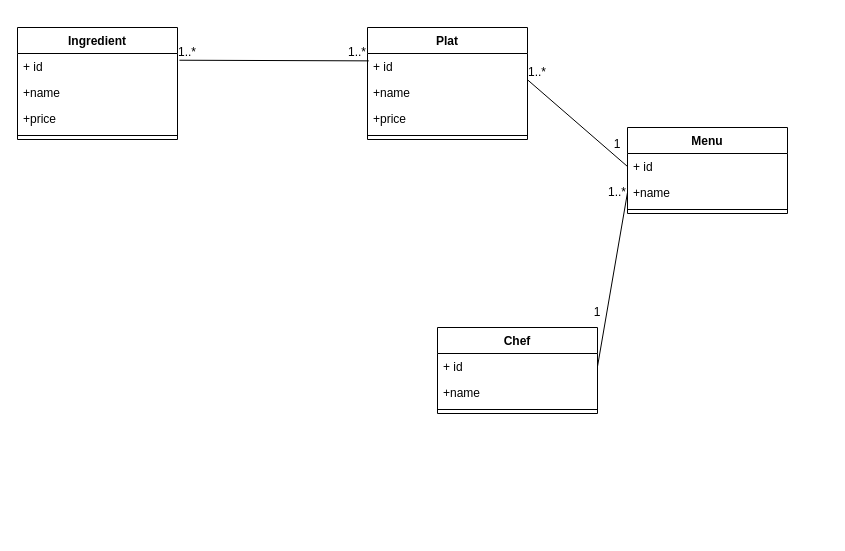
Above: database/uml(class).drawio in Fiharali/Innovations-Gestion-de-contenu (draw.io), before the change. Source tidied: cells renumbered, new cells numbered last; positions are measured from the earlier drawing's top-left corner, leaving out a move shared by most shapes. Both pictures are drawn from the tidied source at 100%, with x=0, y=0 at pixel (17, 27).
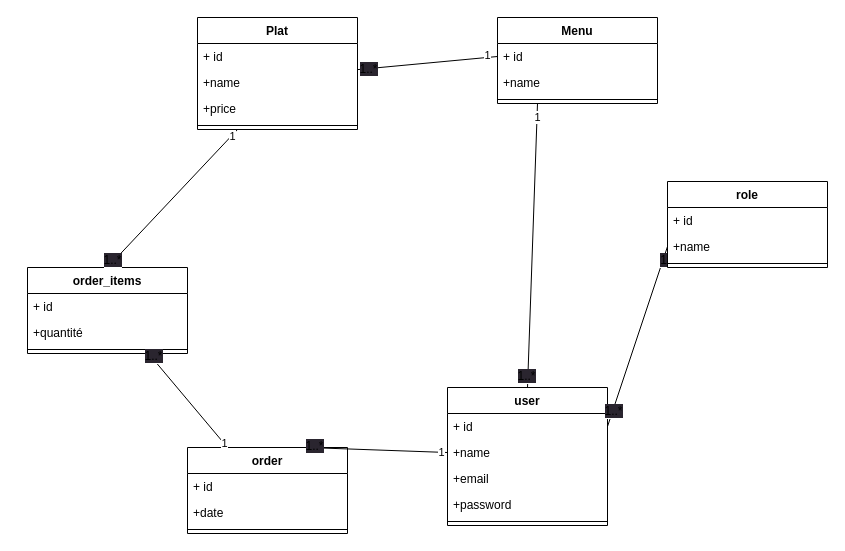
After the change.

The change refers to these unchanged cells:
```xml
<mxCell id="3" value="+ id" style="text;strokeColor=none;fillColor=none;align=left;verticalAlign=top;spacingLeft=4;spacingRight=4;overflow=hidden;points=[[0,0.5],[1,0.5]];portConstraint=eastwest;" parent="2" vertex="1">
  <mxGeometry y="26" width="160" height="26" as="geometry" />
</mxCell>
<mxCell id="9" value="+name" style="text;strokeColor=none;fillColor=none;align=left;verticalAlign=top;spacingLeft=4;spacingRight=4;overflow=hidden;points=[[0,0.5],[1,0.5]];portConstraint=eastwest;" parent="7" vertex="1">
  <mxGeometry y="52" width="160" height="26" as="geometry" />
</mxCell>
<mxCell id="21" style="endArrow=none;html=1;exitX=0;exitY=0.5;exitDx=0;exitDy=0;entryX=0.999;entryY=1.005;entryDx=0;entryDy=0;entryPerimeter=0;" parent="1" edge="1" source="8" target="3">
  <mxGeometry relative="1" as="geometry" />
</mxCell>
```

The edit, as a diff of the source:
```diff
@@
     <mxCell id="2" value="Plat&#10;" style="swimlane;fontStyle=1;align=center;verticalAlign=top;horizontal=1;startSize=26;" parent="1" vertex="1">
-      <mxGeometry x="350" width="160" height="112" as="geometry" />
+      <mxGeometry x="180" y="-10" width="160" height="112" as="geometry" />
     </mxCell>
@@
     <mxCell id="7" value="Menu" style="swimlane;fontStyle=1;align=center;verticalAlign=top;horizontal=1;startSize=26;" parent="1" vertex="1">
-      <mxGeometry x="610" y="100" width="160" height="86" as="geometry" />
+      <mxGeometry x="480" y="-10" width="160" height="86" as="geometry" />
     </mxCell>
@@
-    <mxCell id="11" value="Chef" style="swimlane;fontStyle=1;align=center;verticalAlign=top;horizontal=1;startSize=26;" parent="1" vertex="1">
-      <mxGeometry x="420" y="300" width="160" height="86" as="geometry" />
-    </mxCell>
-    <mxCell id="12" value="+ id" style="text;strokeColor=none;fillColor=none;align=left;verticalAlign=top;spacingLeft=4;spacingRight=4;overflow=hidden;points=[[0,0.5],[1,0.5]];portConstraint=eastwest;" parent="11" vertex="1">
-      <mxGeometry y="26" width="160" height="26" as="geometry" />
-    </mxCell>
-    <mxCell id="13" value="+name" style="text;strokeColor=none;fillColor=none;align=left;verticalAlign=top;spacingLeft=4;spacingRight=4;overflow=hidden;" parent="11" vertex="1">
-      <mxGeometry y="52" width="160" height="26" as="geometry" />
-    </mxCell>
-    <mxCell id="14" style="line;strokeWidth=1;fillColor=none;align=left;verticalAlign=middle;spacingTop=-1;spacingLeft=3;spacingRight=3;labelPosition=right;strokeColor=inherit;" parent="11" vertex="1">
-      <mxGeometry y="78" width="160" height="8" as="geometry" />
-    </mxCell>
-    <mxCell id="15" style="endArrow=none;html=1;exitX=1;exitY=0.5;exitDx=0;exitDy=0;entryX=0;entryY=0.5;entryDx=0;entryDy=0;" parent="1" edge="1" source="12" target="9">
-      <mxGeometry relative="1" as="geometry" />
-    </mxCell>
-    <mxCell id="16" value="Ingredient" style="swimlane;fontStyle=1;align=center;verticalAlign=top;horizontal=1;startSize=26;" parent="1" vertex="1">
-      <mxGeometry width="160" height="112" as="geometry" />
-    </mxCell>
-    <mxCell id="17" value="+ id" style="text;strokeColor=none;fillColor=none;align=left;verticalAlign=top;spacingLeft=4;spacingRight=4;overflow=hidden;points=[[0,0.5],[1,0.5]];portConstraint=eastwest;" parent="16" vertex="1">
-      <mxGeometry y="26" width="160" height="26" as="geometry" />
-    </mxCell>
-    <mxCell id="18" value="+name" style="text;strokeColor=none;fillColor=none;align=left;verticalAlign=top;spacingLeft=4;spacingRight=4;overflow=hidden;" parent="16" vertex="1">
-      <mxGeometry y="52" width="160" height="26" as="geometry" />
-    </mxCell>
-    <mxCell id="19" value="+price" style="text;strokeColor=none;fillColor=none;align=left;verticalAlign=top;spacingLeft=4;spacingRight=4;overflow=hidden;" parent="16" vertex="1">
-      <mxGeometry y="78" width="160" height="26" as="geometry" />
-    </mxCell>
-    <mxCell id="20" style="line;strokeWidth=1;fillColor=none;align=left;verticalAlign=middle;spacingTop=-1;spacingLeft=3;spacingRight=3;labelPosition=right;strokeColor=inherit;" parent="16" vertex="1">
-      <mxGeometry y="104" width="160" height="8" as="geometry" />
-    </mxCell>
@@
-    <mxCell id="22" style="endArrow=none;html=1;exitX=1.012;exitY=0.259;exitDx=0;exitDy=0;entryX=0.008;entryY=0.283;entryDx=0;entryDy=0;entryPerimeter=0;exitPerimeter=0;" parent="1" edge="1" source="17" target="3">
-      <mxGeometry relative="1" as="geometry" />
-    </mxCell>
-    <mxCell id="23" value="1..*" style="text;strokeColor=none;align=center;fillColor=none;html=1;verticalAlign=middle;whiteSpace=wrap;rounded=0;" parent="1" vertex="1">
-      <mxGeometry x="590" y="160" width="20" height="10" as="geometry" />
-    </mxCell>
-    <mxCell id="24" value="1" style="text;strokeColor=none;align=center;fillColor=none;html=1;verticalAlign=middle;whiteSpace=wrap;rounded=0;" parent="1" vertex="1">
-      <mxGeometry x="570" y="280" width="20" height="10" as="geometry" />
-    </mxCell>
-    <mxCell id="25" value="1..*" style="text;strokeColor=none;align=center;fillColor=none;html=1;verticalAlign=middle;whiteSpace=wrap;rounded=0;" parent="1" vertex="1">
-      <mxGeometry x="510" y="40" width="20" height="10" as="geometry" />
-    </mxCell>
-    <mxCell id="26" value="1" style="text;strokeColor=none;align=center;fillColor=none;html=1;verticalAlign=middle;whiteSpace=wrap;rounded=0;" parent="1" vertex="1">
-      <mxGeometry x="590" y="112" width="20" height="10" as="geometry" />
-    </mxCell>
-    <mxCell id="27" value="1..*" style="text;strokeColor=none;align=center;fillColor=none;html=1;verticalAlign=middle;whiteSpace=wrap;rounded=0;" parent="1" vertex="1">
-      <mxGeometry x="160" y="20" width="20" height="10" as="geometry" />
-    </mxCell>
-    <mxCell id="28" value="1..*" style="text;strokeColor=none;align=center;fillColor=none;html=1;verticalAlign=middle;whiteSpace=wrap;rounded=0;" parent="1" vertex="1">
-      <mxGeometry x="330" y="20" width="20" height="10" as="geometry" />
-    </mxCell>
+    <mxCell id="29" value="1" style="edgeLabel;html=1;align=center;verticalAlign=middle;" parent="21" vertex="1">
+      <mxGeometry x="-0.86" y="-2" relative="1" as="geometry" />
+    </mxCell>
+    <mxCell id="30" value="&lt;span style=&quot;font-size: 12px; background-color: rgb(42, 37, 47);&quot;&gt;1..*&lt;/span&gt;" style="edgeLabel;html=1;align=center;verticalAlign=middle;" parent="21" vertex="1">
+      <mxGeometry x="0.84" relative="1" as="geometry" />
+    </mxCell>
+    <mxCell id="31" value="user" style="swimlane;fontStyle=1;align=center;verticalAlign=top;horizontal=1;startSize=26;" parent="1" vertex="1">
+      <mxGeometry x="430" y="360" width="160" height="138" as="geometry" />
+    </mxCell>
+    <mxCell id="32" value="+ id" style="text;strokeColor=none;fillColor=none;align=left;verticalAlign=top;spacingLeft=4;spacingRight=4;overflow=hidden;points=[[0,0.5],[1,0.5]];portConstraint=eastwest;" parent="31" vertex="1">
+      <mxGeometry y="26" width="160" height="26" as="geometry" />
+    </mxCell>
+    <mxCell id="33" value="+name" style="text;strokeColor=none;fillColor=none;align=left;verticalAlign=top;spacingLeft=4;spacingRight=4;overflow=hidden;points=[[0,0.5],[1,0.5]];portConstraint=eastwest;" parent="31" vertex="1">
+      <mxGeometry y="52" width="160" height="26" as="geometry" />
+    </mxCell>
+    <mxCell id="34" value="+email" style="text;strokeColor=none;fillColor=none;align=left;verticalAlign=top;spacingLeft=4;spacingRight=4;overflow=hidden;" parent="31" vertex="1">
+      <mxGeometry y="78" width="160" height="26" as="geometry" />
+    </mxCell>
+    <mxCell id="35" value="+password" style="text;strokeColor=none;fillColor=none;align=left;verticalAlign=top;spacingLeft=4;spacingRight=4;overflow=hidden;" parent="31" vertex="1">
+      <mxGeometry y="104" width="160" height="26" as="geometry" />
+    </mxCell>
+    <mxCell id="36" style="line;strokeWidth=1;fillColor=none;align=left;verticalAlign=middle;spacingTop=-1;spacingLeft=3;spacingRight=3;labelPosition=right;strokeColor=inherit;" parent="31" vertex="1">
+      <mxGeometry y="130" width="160" height="8" as="geometry" />
+    </mxCell>
+    <mxCell id="37" value="role" style="swimlane;fontStyle=1;align=center;verticalAlign=top;horizontal=1;startSize=26;" parent="1" vertex="1">
+      <mxGeometry x="650" y="154" width="160" height="86" as="geometry" />
+    </mxCell>
+    <mxCell id="38" value="+ id" style="text;strokeColor=none;fillColor=none;align=left;verticalAlign=top;spacingLeft=4;spacingRight=4;overflow=hidden;" parent="37" vertex="1">
+      <mxGeometry y="26" width="160" height="26" as="geometry" />
+    </mxCell>
+    <mxCell id="39" value="+name" style="text;strokeColor=none;fillColor=none;align=left;verticalAlign=top;spacingLeft=4;spacingRight=4;overflow=hidden;points=[[0,0.5],[1,0.5]];portConstraint=eastwest;" parent="37" vertex="1">
+      <mxGeometry y="52" width="160" height="26" as="geometry" />
+    </mxCell>
+    <mxCell id="40" style="line;strokeWidth=1;fillColor=none;align=left;verticalAlign=middle;spacingTop=-1;spacingLeft=3;spacingRight=3;labelPosition=right;strokeColor=inherit;" parent="37" vertex="1">
+      <mxGeometry y="78" width="160" height="8" as="geometry" />
+    </mxCell>
+    <mxCell id="41" style="endArrow=none;html=1;exitX=1;exitY=0.5;exitDx=0;exitDy=0;entryX=0;entryY=0.5;entryDx=0;entryDy=0;" parent="1" edge="1" source="32" target="39">
+      <mxGeometry relative="1" as="geometry" />
+    </mxCell>
+    <mxCell id="42" value="&lt;span style=&quot;font-size: 12px; background-color: rgb(42, 37, 47);&quot;&gt;1..*&lt;/span&gt;" style="edgeLabel;html=1;align=center;verticalAlign=middle;" parent="41" vertex="1">
+      <mxGeometry x="-0.83" relative="1" as="geometry" />
+    </mxCell>
+    <mxCell id="43" value="&lt;span style=&quot;font-size: 12px; background-color: rgb(42, 37, 47);&quot;&gt;1&lt;/span&gt;" style="edgeLabel;html=1;align=center;verticalAlign=middle;" parent="41" vertex="1">
+      <mxGeometry x="0.84" relative="1" as="geometry" />
+    </mxCell>
+    <mxCell id="44" style="endArrow=none;html=1;exitX=0.5;exitY=0;exitDx=0;exitDy=0;entryX=0.25;entryY=1;entryDx=0;entryDy=0;" parent="1" edge="1" source="31" target="7">
+      <mxGeometry relative="1" as="geometry" />
+    </mxCell>
+    <mxCell id="45" value="1&lt;br&gt;" style="edgeLabel;html=1;align=center;verticalAlign=middle;" parent="44" vertex="1">
+      <mxGeometry x="0.91" relative="1" as="geometry" />
+    </mxCell>
+    <mxCell id="46" value="&lt;span style=&quot;font-size: 12px; background-color: rgb(42, 37, 47);&quot;&gt;1..*&lt;/span&gt;" style="edgeLabel;html=1;align=center;verticalAlign=middle;" parent="44" vertex="1">
+      <mxGeometry x="-0.92" y="2" relative="1" as="geometry" />
+    </mxCell>
+    <mxCell id="47" value="order" style="swimlane;fontStyle=1;align=center;verticalAlign=top;horizontal=1;startSize=26;" parent="1" vertex="1">
+      <mxGeometry x="170" y="420" width="160" height="86" as="geometry" />
+    </mxCell>
+    <mxCell id="48" value="+ id" style="text;strokeColor=none;fillColor=none;align=left;verticalAlign=top;spacingLeft=4;spacingRight=4;overflow=hidden;" parent="47" vertex="1">
+      <mxGeometry y="26" width="160" height="26" as="geometry" />
+    </mxCell>
+    <mxCell id="49" value="+date" style="text;strokeColor=none;fillColor=none;align=left;verticalAlign=top;spacingLeft=4;spacingRight=4;overflow=hidden;" parent="47" vertex="1">
+      <mxGeometry y="52" width="160" height="26" as="geometry" />
+    </mxCell>
+    <mxCell id="50" style="line;strokeWidth=1;fillColor=none;align=left;verticalAlign=middle;spacingTop=-1;spacingLeft=3;spacingRight=3;labelPosition=right;strokeColor=inherit;" parent="47" vertex="1">
+      <mxGeometry y="78" width="160" height="8" as="geometry" />
+    </mxCell>
+    <mxCell id="51" value="order_items" style="swimlane;fontStyle=1;align=center;verticalAlign=top;horizontal=1;startSize=26;" parent="1" vertex="1">
+      <mxGeometry x="10" y="240" width="160" height="86" as="geometry" />
+    </mxCell>
+    <mxCell id="52" value="+ id" style="text;strokeColor=none;fillColor=none;align=left;verticalAlign=top;spacingLeft=4;spacingRight=4;overflow=hidden;" parent="51" vertex="1">
+      <mxGeometry y="26" width="160" height="26" as="geometry" />
+    </mxCell>
+    <mxCell id="53" value="+quantité" style="text;strokeColor=none;fillColor=none;align=left;verticalAlign=top;spacingLeft=4;spacingRight=4;overflow=hidden;" parent="51" vertex="1">
+      <mxGeometry y="52" width="160" height="26" as="geometry" />
+    </mxCell>
+    <mxCell id="54" style="line;strokeWidth=1;fillColor=none;align=left;verticalAlign=middle;spacingTop=-1;spacingLeft=3;spacingRight=3;labelPosition=right;points=[];portConstraint=eastwest;strokeColor=inherit;" parent="51" vertex="1">
+      <mxGeometry y="78" width="160" height="8" as="geometry" />
+    </mxCell>
+    <mxCell id="55" style="endArrow=none;html=1;exitX=0.75;exitY=0;exitDx=0;exitDy=0;entryX=0;entryY=0.5;entryDx=0;entryDy=0;" parent="1" edge="1" source="47" target="33">
+      <mxGeometry relative="1" as="geometry" />
+    </mxCell>
+    <mxCell id="56" value="1&lt;br&gt;" style="edgeLabel;html=1;align=center;verticalAlign=middle;" parent="55" vertex="1">
+      <mxGeometry x="0.91" relative="1" as="geometry" />
+    </mxCell>
+    <mxCell id="57" value="&lt;span style=&quot;font-size: 12px; background-color: rgb(42, 37, 47);&quot;&gt;1..*&lt;/span&gt;" style="edgeLabel;html=1;align=center;verticalAlign=middle;" parent="55" vertex="1">
+      <mxGeometry x="-0.92" y="2" relative="1" as="geometry" />
+    </mxCell>
+    <mxCell id="58" style="endArrow=none;html=1;exitX=0.754;exitY=0.942;exitDx=0;exitDy=0;exitPerimeter=0;entryX=0.25;entryY=0;entryDx=0;entryDy=0;" parent="1" edge="1" source="54" target="47">
+      <mxGeometry relative="1" as="geometry" />
+    </mxCell>
+    <mxCell id="59" value="1&lt;br&gt;" style="edgeLabel;html=1;align=center;verticalAlign=middle;" parent="58" vertex="1">
+      <mxGeometry x="0.91" relative="1" as="geometry" />
+    </mxCell>
+    <mxCell id="60" value="&lt;span style=&quot;font-size: 12px; background-color: rgb(42, 37, 47);&quot;&gt;1..*&lt;/span&gt;" style="edgeLabel;html=1;align=center;verticalAlign=middle;" parent="58" vertex="1">
+      <mxGeometry x="-0.92" y="2" relative="1" as="geometry" />
+    </mxCell>
+    <mxCell id="61" style="endArrow=none;html=1;exitX=0.5;exitY=0;exitDx=0;exitDy=0;entryX=0.25;entryY=1;entryDx=0;entryDy=0;" parent="1" edge="1" source="51" target="2">
+      <mxGeometry relative="1" as="geometry" />
+    </mxCell>
+    <mxCell id="62" value="1&lt;br&gt;" style="edgeLabel;html=1;align=center;verticalAlign=middle;" parent="61" vertex="1">
+      <mxGeometry x="0.91" relative="1" as="geometry" />
+    </mxCell>
+    <mxCell id="63" value="&lt;span style=&quot;font-size: 12px; background-color: rgb(42, 37, 47);&quot;&gt;1..*&lt;/span&gt;" style="edgeLabel;html=1;align=center;verticalAlign=middle;" parent="61" vertex="1">
+      <mxGeometry x="-0.92" y="2" relative="1" as="geometry" />
+    </mxCell>
```
